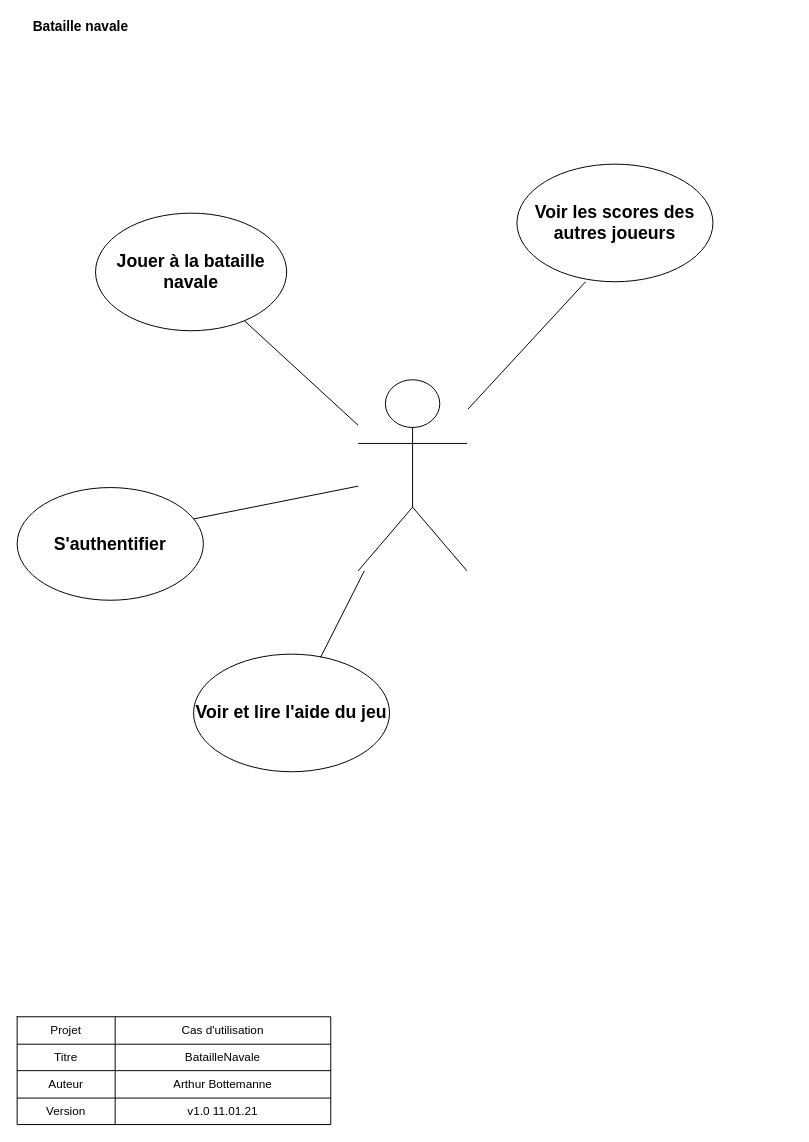
The draw.io diagram Documentation/CasDutilisation.drawio in WalvieCPNV/BatailleNavale, before the edit. Source tidied: cells renumbered, new cells numbered last; positions are measured from the earlier drawing's top-left corner, leaving out a move shared by most shapes. Both pictures are drawn from the tidied source at 98%, with x=0, y=0 at pixel (17, 17).
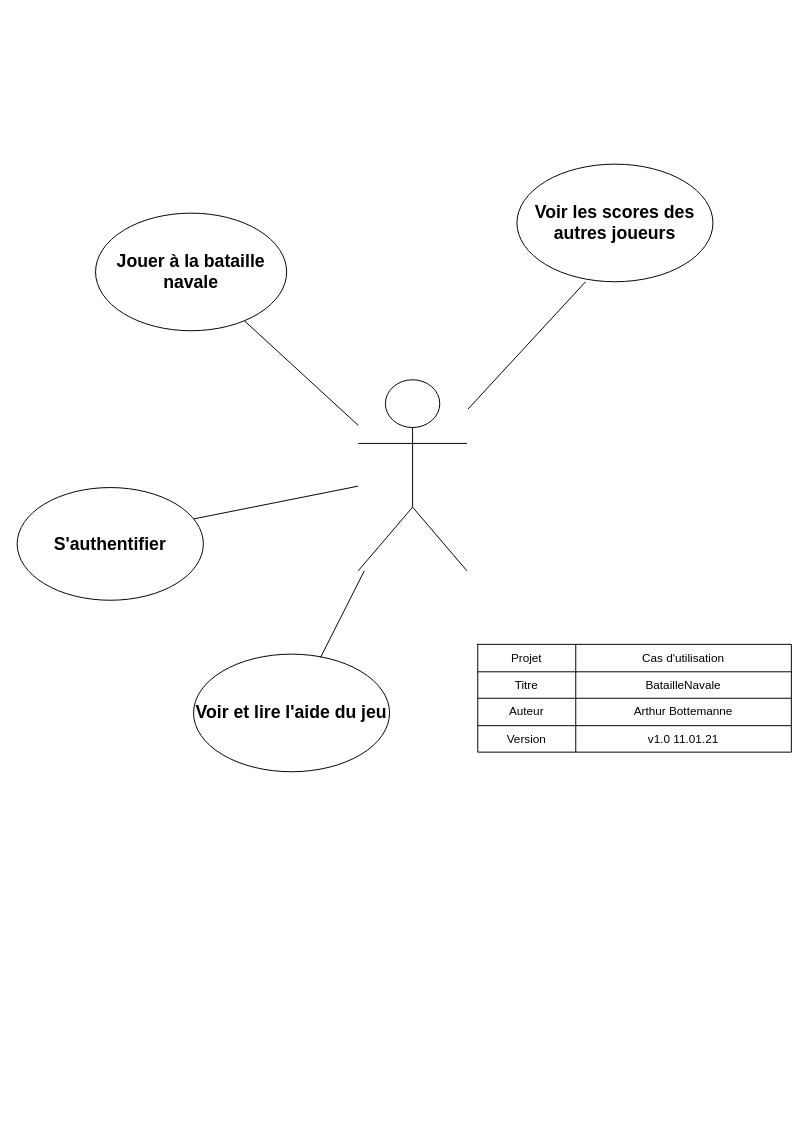
Above is the later version.

Change to the diagram source:
```diff
@@
-    <mxCell id="3" value="&lt;b&gt;&lt;font style=&quot;font-size: 14px&quot;&gt;Bataille navale&lt;/font&gt;&lt;/b&gt;" style="text;html=1;strokeColor=none;fillColor=none;align=center;verticalAlign=middle;whiteSpace=wrap;rounded=0;" parent="1" vertex="1">
-      <mxGeometry x="10" width="110" height="20" as="geometry" />
-    </mxCell>
@@
     <mxCell id="12" style="shape=table;html=1;whiteSpace=wrap;startSize=0;childLayout=tableLayout;" parent="1" vertex="1">
-      <mxGeometry y="1020" width="320" height="110" as="geometry" />
+      <mxGeometry x="470" y="640" width="320" height="110" as="geometry" />
     </mxCell>
```
